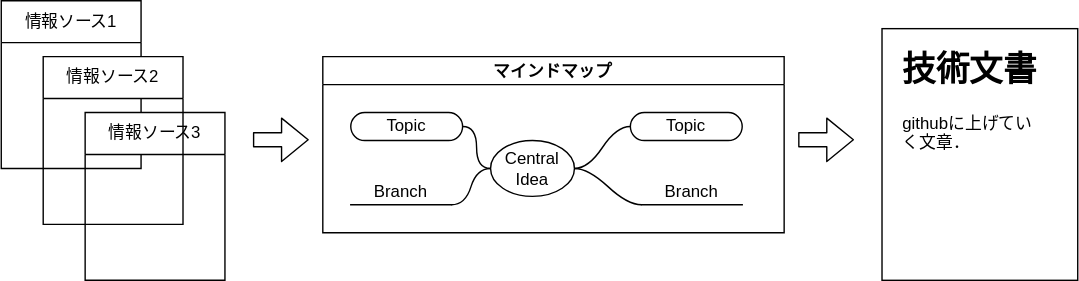
This is contrtibuting/flow.drawio.svg from blockchaininnovation/lecture, a draw.io export, as it was before one commit. Source tidied: cells renumbered, new cells last; positions are measured from the earlier drawing's top-left corner, leaving out a move shared by most shapes.
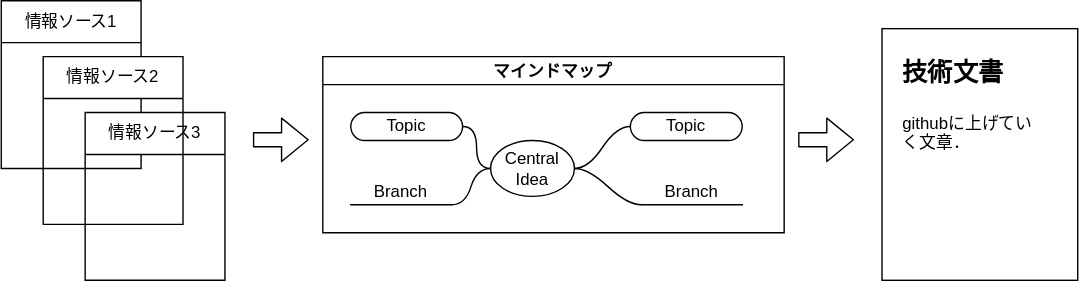
After the commit.

Commit message:
VSCodeについても追記．

The edit, as a diff of the source:
```diff
@@ -71,7 +71,7 @@
     <mxCell id="24" value="Branch" style="whiteSpace=wrap;html=1;shape=partialRectangle;top=0;left=0;bottom=1;right=0;points=[[0,1],[1,1]];fillColor=none;align=center;verticalAlign=bottom;routingCenterY=0.5;snapToPoint=1;newEdgeStyle={&quot;edgeStyle&quot;:&quot;entityRelationEdgeStyle&quot;,&quot;startArrow&quot;:&quot;none&quot;,&quot;endArrow&quot;:&quot;none&quot;,&quot;segment&quot;:10,&quot;curved&quot;:1,&quot;sourcePerimeterSpacing&quot;:0,&quot;targetPerimeterSpacing&quot;:0};" parent="15" vertex="1">
       <mxGeometry x="20" y="80" width="72" height="26" as="geometry" />
     </mxCell>
-    <mxCell id="25" value="&lt;h1&gt;技術文書&lt;/h1&gt;&lt;p&gt;githubに上げていく文章．&lt;/p&gt;" style="text;html=1;strokeColor=none;fillColor=none;spacing=5;spacingTop=-20;whiteSpace=wrap;overflow=hidden;rounded=0;" parent="1" vertex="1">
+    <mxCell id="25" value="&lt;h1&gt;&lt;font style=&quot;font-size: 18px;&quot;&gt;技術文書&lt;/font&gt;&lt;/h1&gt;&lt;p&gt;githubに上げていく文章．&lt;/p&gt;" style="text;html=1;strokeColor=none;fillColor=none;spacing=5;spacingTop=-20;whiteSpace=wrap;overflow=hidden;rounded=0;" parent="1" vertex="1">
       <mxGeometry x="640" y="30" width="110" height="120" as="geometry" />
     </mxCell>
     <mxCell id="26" style="shape=flexArrow;endArrow=classic;html=1;fillColor=default;" parent="1" edge="1">
```
